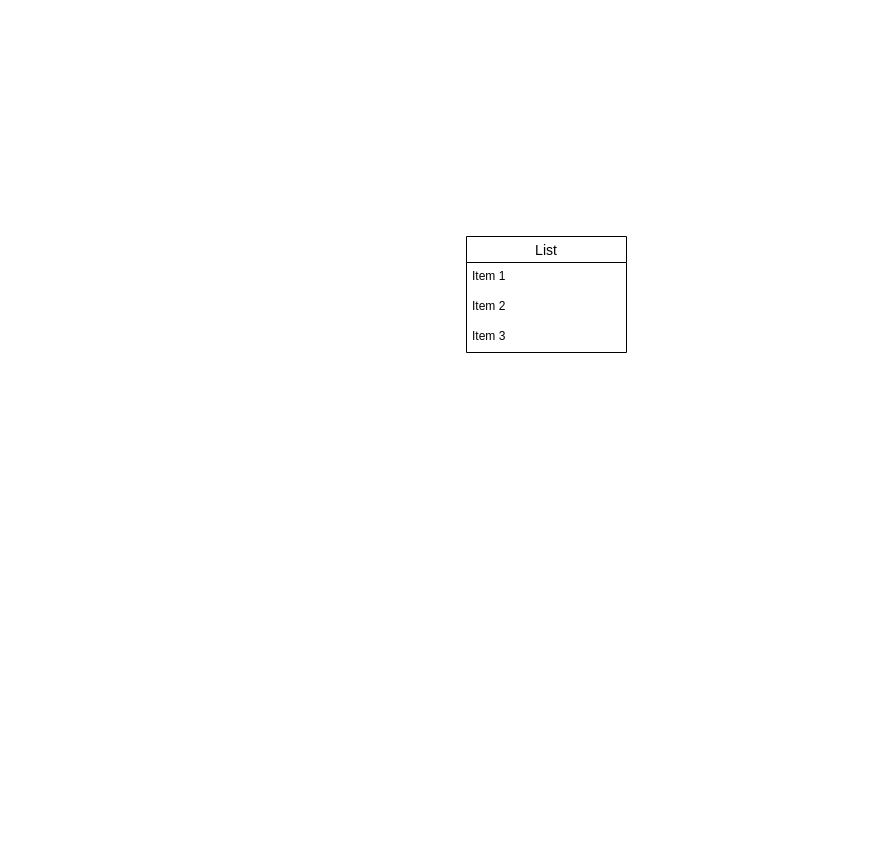
This is furima-er.dio from rotarotarotarota/furima-34823, a draw.io file, before an edit. Source tidied: cells renumbered, new cells numbered last; positions are measured from the earlier drawing's top-left corner, leaving out a move shared by most shapes. Both pictures are drawn from the tidied source at 100%, with x=0, y=0 at pixel (466, 236).
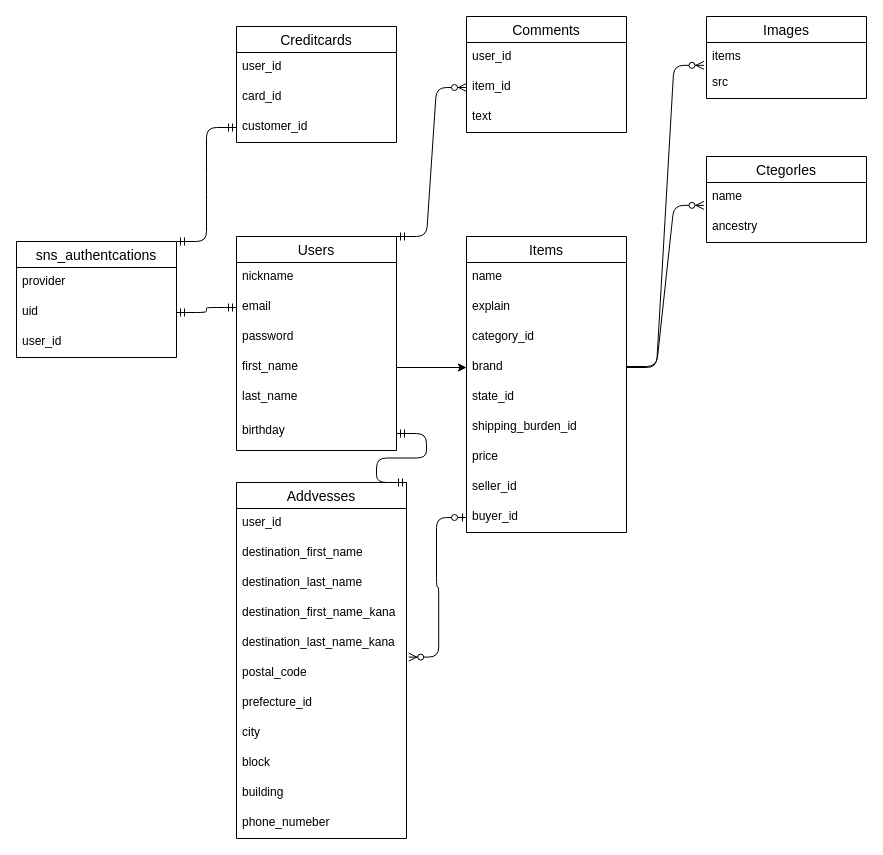
The same diagram, later.

Commit message (it also covers changes not shown here):
データベース設計プルリクエスト①

What changed in the source:
```diff
@@
-    <mxCell id="2" value="List" style="swimlane;fontStyle=0;horizontal=1;startSize=26;align=center;fontSize=14;" parent="1" vertex="1">
-      <mxGeometry width="160" height="116" as="geometry" />
+    <mxCell id="2" value="Items" style="swimlane;fontStyle=0;horizontal=1;startSize=26;align=center;fontSize=14;" parent="1" vertex="1">
+      <mxGeometry width="160" height="296" as="geometry" />
     </mxCell>
-    <mxCell id="3" value="Item 1" style="text;strokeColor=none;fillColor=none;spacingLeft=4;spacingRight=4;overflow=hidden;fontSize=12;" parent="2" vertex="1">
+    <mxCell id="3" value="name" style="text;strokeColor=none;fillColor=none;spacingLeft=4;spacingRight=4;overflow=hidden;fontSize=12;" parent="2" vertex="1">
       <mxGeometry y="26" width="160" height="30" as="geometry" />
     </mxCell>
-    <mxCell id="4" value="Item 2" style="text;strokeColor=none;fillColor=none;spacingLeft=4;spacingRight=4;overflow=hidden;fontSize=12;" parent="2" vertex="1">
+    <mxCell id="4" value="explain" style="text;strokeColor=none;fillColor=none;spacingLeft=4;spacingRight=4;overflow=hidden;fontSize=12;" parent="2" vertex="1">
       <mxGeometry y="56" width="160" height="30" as="geometry" />
     </mxCell>
+    <mxCell id="6" value="category_id" style="text;strokeColor=none;fillColor=none;spacingLeft=4;spacingRight=4;overflow=hidden;fontSize=12;" parent="2" vertex="1">
+      <mxGeometry y="86" width="160" height="30" as="geometry" />
+    </mxCell>
+    <mxCell id="7" value="brand" style="text;strokeColor=none;fillColor=none;spacingLeft=4;spacingRight=4;overflow=hidden;points=[[0,0.5],[1,0.5]];portConstraint=eastwest;fontSize=12;" parent="2" vertex="1">
+      <mxGeometry y="116" width="160" height="30" as="geometry" />
+    </mxCell>
+    <mxCell id="8" value="state_id" style="text;strokeColor=none;fillColor=none;spacingLeft=4;spacingRight=4;overflow=hidden;fontSize=12;" parent="2" vertex="1">
+      <mxGeometry y="146" width="160" height="30" as="geometry" />
+    </mxCell>
+    <mxCell id="9" value="shipping_burden_id" style="text;strokeColor=none;fillColor=none;spacingLeft=4;spacingRight=4;overflow=hidden;fontSize=12;" parent="2" vertex="1">
+      <mxGeometry y="176" width="160" height="30" as="geometry" />
+    </mxCell>
+    <mxCell id="10" value="price" style="text;strokeColor=none;fillColor=none;spacingLeft=4;spacingRight=4;overflow=hidden;fontSize=12;" parent="2" vertex="1">
+      <mxGeometry y="206" width="160" height="30" as="geometry" />
+    </mxCell>
+    <mxCell id="11" value="seller_id" style="text;strokeColor=none;fillColor=none;spacingLeft=4;spacingRight=4;overflow=hidden;fontSize=12;" parent="2" vertex="1">
+      <mxGeometry y="236" width="160" height="30" as="geometry" />
+    </mxCell>
-    <mxCell id="5" value="Item 3" style="text;strokeColor=none;fillColor=none;spacingLeft=4;spacingRight=4;overflow=hidden;points=[[0,0.5],[1,0.5]];portConstraint=eastwest;fontSize=12;" parent="2" vertex="1">
-      <mxGeometry y="86" width="160" height="30" as="geometry" />
+    <mxCell id="5" value="buyer_id" style="text;strokeColor=none;fillColor=none;spacingLeft=4;spacingRight=4;overflow=hidden;points=[[0,0.5],[1,0.5]];portConstraint=eastwest;fontSize=12;" parent="2" vertex="1">
+      <mxGeometry y="266" width="160" height="30" as="geometry" />
     </mxCell>
+    <mxCell id="12" value="Images" style="swimlane;fontStyle=0;horizontal=1;startSize=26;align=center;fontSize=14;" parent="1" vertex="1">
+      <mxGeometry x="240" y="-220" width="160" height="82" as="geometry" />
+    </mxCell>
+    <mxCell id="13" value="items" style="text;strokeColor=none;fillColor=none;spacingLeft=4;spacingRight=4;overflow=hidden;points=[[0,0.5],[1,0.5]];portConstraint=eastwest;fontSize=12;" parent="12" vertex="1">
+      <mxGeometry y="26" width="160" height="26" as="geometry" />
+    </mxCell>
+    <mxCell id="14" value="src" style="text;strokeColor=none;fillColor=none;spacingLeft=4;spacingRight=4;overflow=hidden;fontSize=12;" parent="12" vertex="1">
+      <mxGeometry y="52" width="160" height="30" as="geometry" />
+    </mxCell>
+    <mxCell id="15" value="Ctegorles" style="swimlane;fontStyle=0;horizontal=1;startSize=26;align=center;fontSize=14;" parent="1" vertex="1">
+      <mxGeometry x="240" y="-80" width="160" height="86" as="geometry" />
+    </mxCell>
+    <mxCell id="16" value="name" style="text;strokeColor=none;fillColor=none;spacingLeft=4;spacingRight=4;overflow=hidden;points=[[0,0.5],[1,0.5]];portConstraint=eastwest;fontSize=12;" parent="15" vertex="1">
+      <mxGeometry y="26" width="160" height="30" as="geometry" />
+    </mxCell>
+    <mxCell id="17" value="ancestry" style="text;strokeColor=none;fillColor=none;spacingLeft=4;spacingRight=4;overflow=hidden;fontSize=12;" parent="15" vertex="1">
+      <mxGeometry y="56" width="160" height="30" as="geometry" />
+    </mxCell>
+    <mxCell id="18" value="Users" style="swimlane;fontStyle=0;horizontal=1;startSize=26;align=center;fontSize=14;" parent="1" vertex="1">
+      <mxGeometry x="-230" width="160" height="214" as="geometry" />
+    </mxCell>
+    <mxCell id="19" value="nickname" style="text;strokeColor=none;fillColor=none;spacingLeft=4;spacingRight=4;overflow=hidden;fontSize=12;" parent="18" vertex="1">
+      <mxGeometry y="26" width="160" height="30" as="geometry" />
+    </mxCell>
+    <mxCell id="20" value="email" style="text;strokeColor=none;fillColor=none;spacingLeft=4;spacingRight=4;overflow=hidden;points=[[0,0.5],[1,0.5]];portConstraint=eastwest;fontSize=12;" parent="18" vertex="1">
+      <mxGeometry y="56" width="160" height="30" as="geometry" />
+    </mxCell>
+    <mxCell id="21" value="password" style="text;strokeColor=none;fillColor=none;spacingLeft=4;spacingRight=4;overflow=hidden;fontSize=12;" parent="18" vertex="1">
+      <mxGeometry y="86" width="160" height="30" as="geometry" />
+    </mxCell>
+    <mxCell id="22" value="first_name" style="text;strokeColor=none;fillColor=none;spacingLeft=4;spacingRight=4;overflow=hidden;points=[[0,0.5],[1,0.5]];portConstraint=eastwest;fontSize=12;" parent="18" vertex="1">
+      <mxGeometry y="116" width="160" height="30" as="geometry" />
+    </mxCell>
+    <mxCell id="23" value="last_name" style="text;strokeColor=none;fillColor=none;spacingLeft=4;spacingRight=4;overflow=hidden;fontSize=12;" parent="18" vertex="1">
+      <mxGeometry y="146" width="160" height="34" as="geometry" />
+    </mxCell>
+    <mxCell id="24" value="birthday" style="text;strokeColor=none;fillColor=none;spacingLeft=4;spacingRight=4;overflow=hidden;points=[[0,0.5],[1,0.5]];portConstraint=eastwest;fontSize=12;" parent="18" vertex="1">
+      <mxGeometry y="180" width="160" height="34" as="geometry" />
+    </mxCell>
+    <mxCell id="25" value="Addvesses" style="swimlane;fontStyle=0;horizontal=1;startSize=26;align=center;fontSize=14;" parent="1" vertex="1">
+      <mxGeometry x="-230" y="246" width="170" height="356" as="geometry" />
+    </mxCell>
+    <mxCell id="26" value="user_id" style="text;strokeColor=none;fillColor=none;spacingLeft=4;spacingRight=4;overflow=hidden;fontSize=12;" parent="25" vertex="1">
+      <mxGeometry y="26" width="170" height="30" as="geometry" />
+    </mxCell>
+    <mxCell id="27" value="destination_first_name" style="text;strokeColor=none;fillColor=none;spacingLeft=4;spacingRight=4;overflow=hidden;fontSize=12;" parent="25" vertex="1">
+      <mxGeometry y="56" width="170" height="30" as="geometry" />
+    </mxCell>
+    <mxCell id="28" value="destination_last_name" style="text;strokeColor=none;fillColor=none;spacingLeft=4;spacingRight=4;overflow=hidden;fontSize=12;" parent="25" vertex="1">
+      <mxGeometry y="86" width="170" height="30" as="geometry" />
+    </mxCell>
+    <mxCell id="29" value="destination_first_name_kana" style="text;strokeColor=none;fillColor=none;spacingLeft=4;spacingRight=4;overflow=hidden;fontSize=12;" parent="25" vertex="1">
+      <mxGeometry y="116" width="170" height="30" as="geometry" />
+    </mxCell>
+    <mxCell id="30" value="destination_last_name_kana" style="text;strokeColor=none;fillColor=none;spacingLeft=4;spacingRight=4;overflow=hidden;fontSize=12;" parent="25" vertex="1">
+      <mxGeometry y="146" width="170" height="30" as="geometry" />
+    </mxCell>
+    <mxCell id="31" value="postal_code" style="text;strokeColor=none;fillColor=none;spacingLeft=4;spacingRight=4;overflow=hidden;points=[[0,0.5],[1,0.5]];portConstraint=eastwest;fontSize=12;" parent="25" vertex="1">
+      <mxGeometry y="176" width="170" height="30" as="geometry" />
+    </mxCell>
+    <mxCell id="32" value="prefecture_id" style="text;strokeColor=none;fillColor=none;spacingLeft=4;spacingRight=4;overflow=hidden;fontSize=12;" parent="25" vertex="1">
+      <mxGeometry y="206" width="170" height="30" as="geometry" />
+    </mxCell>
+    <mxCell id="33" value="city" style="text;strokeColor=none;fillColor=none;spacingLeft=4;spacingRight=4;overflow=hidden;fontSize=12;" parent="25" vertex="1">
+      <mxGeometry y="236" width="170" height="30" as="geometry" />
+    </mxCell>
+    <mxCell id="34" value="block" style="text;strokeColor=none;fillColor=none;spacingLeft=4;spacingRight=4;overflow=hidden;fontSize=12;" parent="25" vertex="1">
+      <mxGeometry y="266" width="170" height="30" as="geometry" />
+    </mxCell>
+    <mxCell id="35" value="building" style="text;strokeColor=none;fillColor=none;spacingLeft=4;spacingRight=4;overflow=hidden;fontSize=12;" parent="25" vertex="1">
+      <mxGeometry y="296" width="170" height="30" as="geometry" />
+    </mxCell>
+    <mxCell id="36" value="phone_numeber" style="text;strokeColor=none;fillColor=none;spacingLeft=4;spacingRight=4;overflow=hidden;fontSize=12;" parent="25" vertex="1">
+      <mxGeometry y="326" width="170" height="30" as="geometry" />
+    </mxCell>
+    <mxCell id="37" value="Creditcards" style="swimlane;fontStyle=0;horizontal=1;startSize=26;align=center;fontSize=14;" parent="1" vertex="1">
+      <mxGeometry x="-230" y="-210" width="160" height="116" as="geometry" />
+    </mxCell>
+    <mxCell id="38" value="user_id" style="text;strokeColor=none;fillColor=none;spacingLeft=4;spacingRight=4;overflow=hidden;fontSize=12;" parent="37" vertex="1">
+      <mxGeometry y="26" width="160" height="30" as="geometry" />
+    </mxCell>
+    <mxCell id="39" value="card_id" style="text;strokeColor=none;fillColor=none;spacingLeft=4;spacingRight=4;overflow=hidden;fontSize=12;" parent="37" vertex="1">
+      <mxGeometry y="56" width="160" height="30" as="geometry" />
+    </mxCell>
+    <mxCell id="40" value="customer_id" style="text;strokeColor=none;fillColor=none;spacingLeft=4;spacingRight=4;overflow=hidden;points=[[0,0.5],[1,0.5]];portConstraint=eastwest;fontSize=12;" parent="37" vertex="1">
+      <mxGeometry y="86" width="160" height="30" as="geometry" />
+    </mxCell>
+    <mxCell id="41" value="Comments" style="swimlane;fontStyle=0;horizontal=1;startSize=26;align=center;fontSize=14;" parent="1" vertex="1">
+      <mxGeometry y="-220" width="160" height="116" as="geometry" />
+    </mxCell>
+    <mxCell id="42" value="user_id" style="text;strokeColor=none;fillColor=none;spacingLeft=4;spacingRight=4;overflow=hidden;fontSize=12;" parent="41" vertex="1">
+      <mxGeometry y="26" width="160" height="30" as="geometry" />
+    </mxCell>
+    <mxCell id="43" value="item_id" style="text;strokeColor=none;fillColor=none;spacingLeft=4;spacingRight=4;overflow=hidden;points=[[0,0.5],[1,0.5]];portConstraint=eastwest;fontSize=12;" parent="41" vertex="1">
+      <mxGeometry y="56" width="160" height="30" as="geometry" />
+    </mxCell>
+    <mxCell id="44" value="text" style="text;strokeColor=none;fillColor=none;spacingLeft=4;spacingRight=4;overflow=hidden;fontSize=12;" parent="41" vertex="1">
+      <mxGeometry y="86" width="160" height="30" as="geometry" />
+    </mxCell>
+    <mxCell id="45" value="sns_authentcations" style="swimlane;fontStyle=0;horizontal=1;startSize=26;align=center;fontSize=14;" parent="1" vertex="1">
+      <mxGeometry x="-450" y="5" width="160" height="116" as="geometry" />
+    </mxCell>
+    <mxCell id="46" value="provider" style="text;strokeColor=none;fillColor=none;spacingLeft=4;spacingRight=4;overflow=hidden;fontSize=12;" parent="45" vertex="1">
+      <mxGeometry y="26" width="160" height="30" as="geometry" />
+    </mxCell>
+    <mxCell id="47" value="uid" style="text;strokeColor=none;fillColor=none;spacingLeft=4;spacingRight=4;overflow=hidden;points=[[0,0.5],[1,0.5]];portConstraint=eastwest;fontSize=12;" parent="45" vertex="1">
+      <mxGeometry y="56" width="160" height="30" as="geometry" />
+    </mxCell>
+    <mxCell id="48" value="user_id" style="text;strokeColor=none;fillColor=none;spacingLeft=4;spacingRight=4;overflow=hidden;fontSize=12;" parent="45" vertex="1">
+      <mxGeometry y="86" width="160" height="30" as="geometry" />
+    </mxCell>
+    <mxCell id="49" style="edgeStyle=orthogonalEdgeStyle;rounded=0;jettySize=auto;html=1;exitX=1;exitY=0.5;exitDx=0;exitDy=0;entryX=0;entryY=0.5;entryDx=0;entryDy=0;" parent="1" edge="1" source="22" target="7">
+      <mxGeometry relative="1" as="geometry" />
+    </mxCell>
+    <mxCell id="50" style="edgeStyle=entityRelationEdgeStyle;fontSize=12;html=1;endArrow=ERzeroToMany;endFill=1;exitX=1;exitY=0.5;exitDx=0;exitDy=0;entryX=-0.016;entryY=0.878;entryDx=0;entryDy=0;entryPerimeter=0;" parent="1" edge="1" source="7" target="13">
+      <mxGeometry relative="1" as="geometry" />
+    </mxCell>
+    <mxCell id="51" style="edgeStyle=entityRelationEdgeStyle;fontSize=12;html=1;endArrow=ERzeroToMany;endFill=1;entryX=-0.016;entryY=0.761;entryDx=0;entryDy=0;entryPerimeter=0;" parent="1" edge="1" target="16">
+      <mxGeometry relative="1" as="geometry">
+        <mxPoint x="160" y="130" as="sourcePoint" />
+      </mxGeometry>
+    </mxCell>
+    <mxCell id="52" style="edgeStyle=entityRelationEdgeStyle;fontSize=12;html=1;endArrow=ERzeroToMany;startArrow=ERzeroToOne;entryX=1.013;entryY=-0.047;entryDx=0;entryDy=0;entryPerimeter=0;exitX=0;exitY=0.5;exitDx=0;exitDy=0;" parent="1" edge="1" source="5" target="31">
+      <mxGeometry relative="1" as="geometry" />
+    </mxCell>
+    <mxCell id="53" style="edgeStyle=entityRelationEdgeStyle;fontSize=12;html=1;endArrow=ERmandOne;startArrow=ERmandOne;exitX=1;exitY=0.5;exitDx=0;exitDy=0;entryX=0;entryY=0.5;entryDx=0;entryDy=0;" parent="1" edge="1" source="47" target="20">
+      <mxGeometry relative="1" as="geometry" />
+    </mxCell>
+    <mxCell id="54" style="edgeStyle=entityRelationEdgeStyle;fontSize=12;html=1;endArrow=ERzeroToMany;startArrow=ERmandOne;exitX=1;exitY=0;exitDx=0;exitDy=0;entryX=0;entryY=0.5;entryDx=0;entryDy=0;" parent="1" edge="1" source="18" target="43">
+      <mxGeometry relative="1" as="geometry" />
+    </mxCell>
+    <mxCell id="55" style="edgeStyle=entityRelationEdgeStyle;fontSize=12;html=1;endArrow=ERmandOne;startArrow=ERmandOne;exitX=1;exitY=0;exitDx=0;exitDy=0;entryX=0;entryY=0.5;entryDx=0;entryDy=0;" parent="1" edge="1" source="45" target="40">
+      <mxGeometry relative="1" as="geometry" />
+    </mxCell>
+    <mxCell id="56" style="edgeStyle=entityRelationEdgeStyle;fontSize=12;html=1;endArrow=ERmandOne;startArrow=ERmandOne;entryX=1;entryY=0;entryDx=0;entryDy=0;exitX=1;exitY=0.5;exitDx=0;exitDy=0;" parent="1" edge="1" source="24" target="25">
+      <mxGeometry relative="1" as="geometry" />
+    </mxCell>
```
